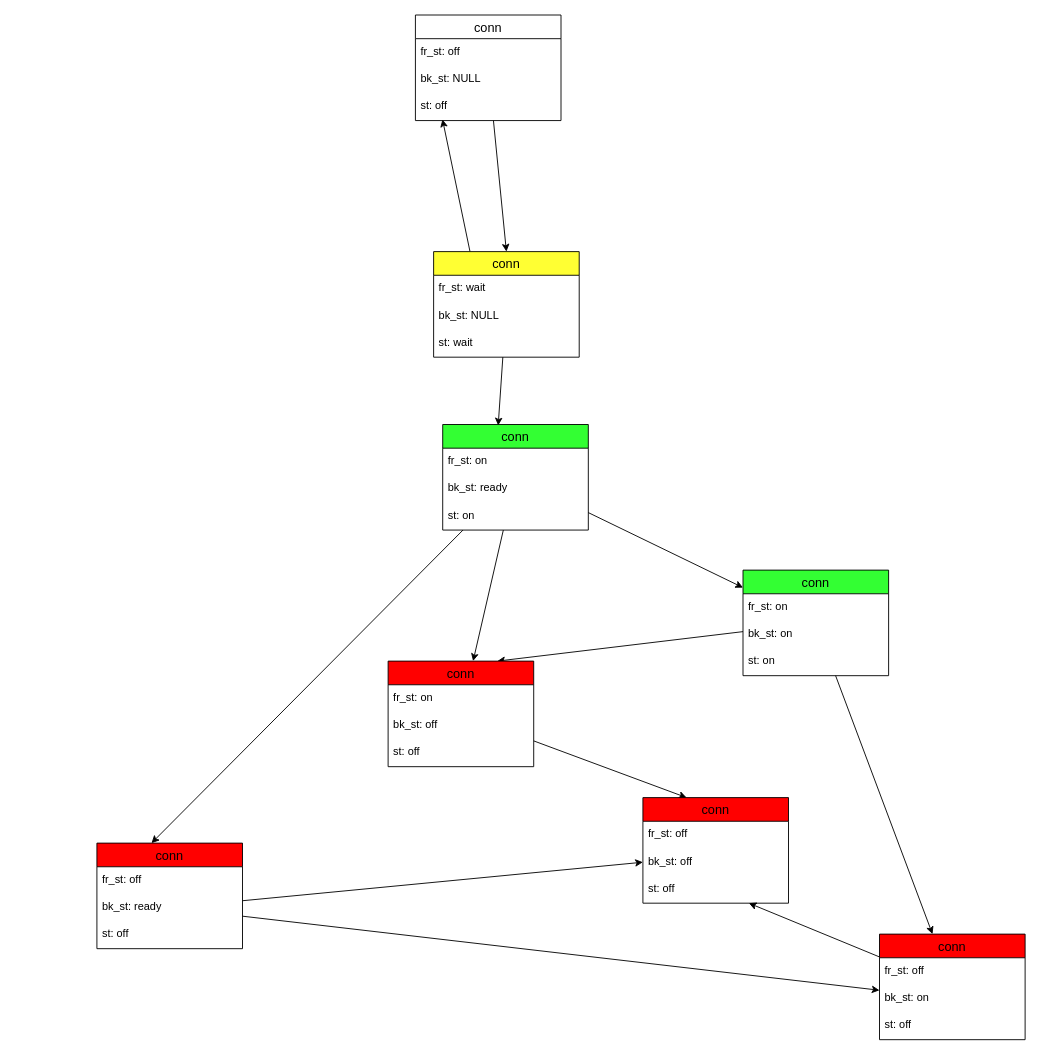
xboss/ssp keeps this draw.io diagram as conn_states.drawio. Above is the earlier version. Source tidied: cells renumbered, new cells numbered last; positions are measured from the earlier drawing's top-left corner, leaving out a move shared by most shapes. Both pictures are drawn from the tidied source at 91%, with x=0, y=0 at pixel (96, 15).
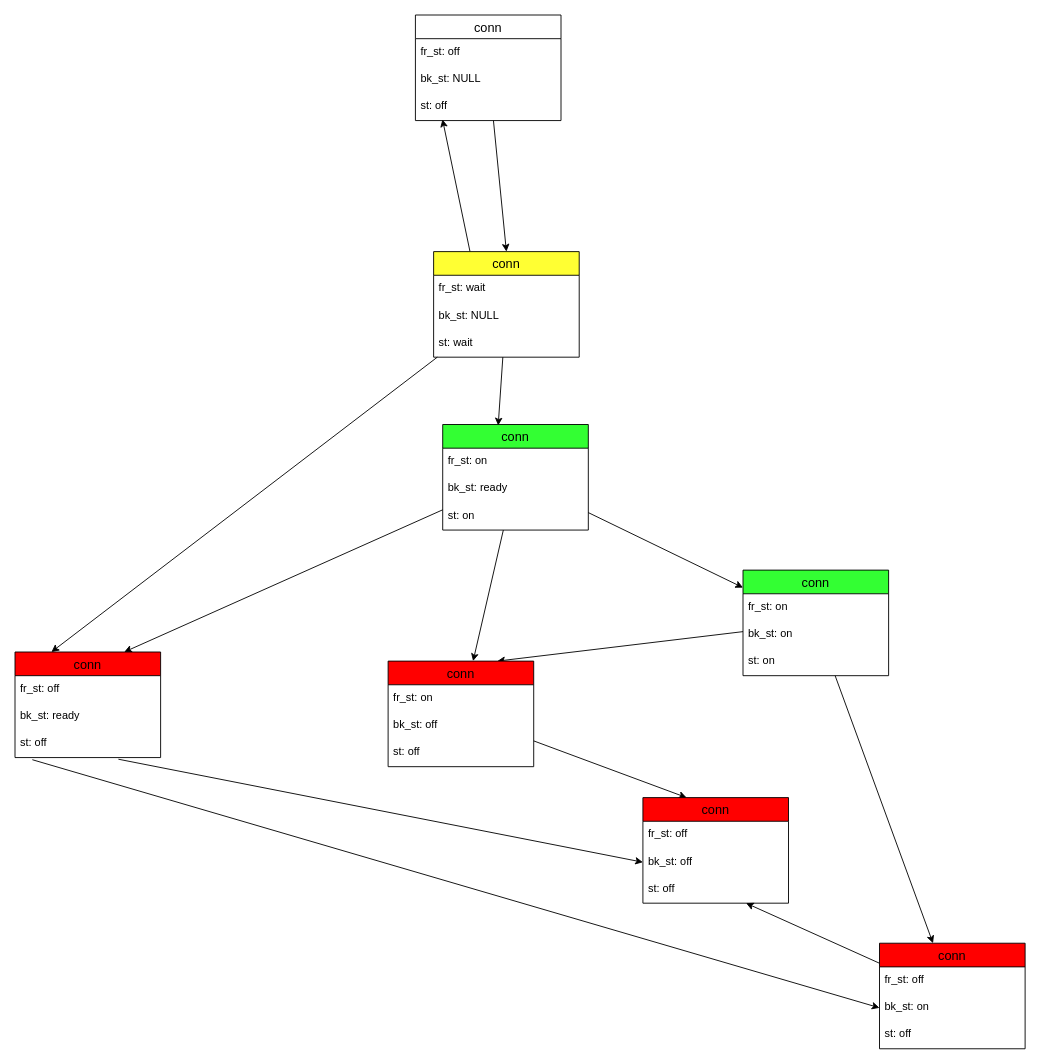
The same page after the edit.

The change refers to these unchanged cells:
```xml
<mxCell id="4" value="conn" style="swimlane;fontStyle=0;horizontal=1;startSize=26;align=center;fontSize=14;fillColor=#FFFF33;" parent="1" vertex="1">
  <mxGeometry x="370" y="260" width="160" height="116" as="geometry" />
</mxCell>
<mxCell id="11" value="conn" style="swimlane;fontStyle=0;horizontal=1;startSize=26;align=center;fontSize=14;fillColor=#33FF33;" parent="1" vertex="1">
  <mxGeometry x="380" y="450" width="160" height="116" as="geometry" />
</mxCell>
<mxCell id="17" value="bk_st: ready" style="text;strokeColor=none;fillColor=none;spacingLeft=4;spacingRight=4;overflow=hidden;points=[[0,0.5],[1,0.5]];portConstraint=eastwest;fontSize=12;" parent="15" vertex="1">
  <mxGeometry y="56" width="160" height="30" as="geometry" />
</mxCell>
<mxCell id="18" value="st: off" style="text;strokeColor=none;fillColor=none;spacingLeft=4;spacingRight=4;overflow=hidden;points=[[0,0.5],[1,0.5]];portConstraint=eastwest;fontSize=12;" parent="15" vertex="1">
  <mxGeometry y="86" width="160" height="30" as="geometry" />
</mxCell>
<mxCell id="28" value="bk_st: on" style="text;strokeColor=none;fillColor=none;spacingLeft=4;spacingRight=4;overflow=hidden;points=[[0,0.5],[1,0.5]];portConstraint=eastwest;fontSize=12;" parent="26" vertex="1">
  <mxGeometry y="56" width="160" height="30" as="geometry" />
</mxCell>
<mxCell id="43" value="bk_st: off" style="text;strokeColor=none;fillColor=none;spacingLeft=4;spacingRight=4;overflow=hidden;points=[[0,0.5],[1,0.5]];portConstraint=eastwest;fontSize=12;" parent="41" vertex="1">
  <mxGeometry y="56" width="160" height="30" as="geometry" />
</mxCell>
```

The edit, as a diff of the source:
```diff
@@
+    <mxCell id="46" style="edgeStyle=none;html=1;entryX=0.25;entryY=0;entryDx=0;entryDy=0;" parent="1" edge="1" source="4" target="15">
+      <mxGeometry relative="1" as="geometry" />
+    </mxCell>
@@
-    <mxCell id="8" style="edgeStyle=none;html=1;entryX=0.375;entryY=0;entryDx=0;entryDy=0;entryPerimeter=0;" parent="1" edge="1" source="11" target="15">
+    <mxCell id="8" style="edgeStyle=none;html=1;entryX=0.75;entryY=0;entryDx=0;entryDy=0;" parent="1" edge="1" source="11" target="15">
       <mxGeometry relative="1" as="geometry" />
     </mxCell>
@@
     <mxCell id="15" value="conn" style="swimlane;fontStyle=0;horizontal=1;startSize=26;align=center;fontSize=14;fillColor=#FF0000;" parent="1" vertex="1">
-      <mxGeometry y="910" width="160" height="116" as="geometry" />
+      <mxGeometry x="-90" y="700" width="160" height="116" as="geometry" />
     </mxCell>
@@
     <mxCell id="26" value="conn" style="swimlane;fontStyle=0;horizontal=1;startSize=26;align=center;fontSize=14;fillColor=#FF0000;" parent="1" vertex="1">
-      <mxGeometry x="860" y="1010" width="160" height="116" as="geometry" />
+      <mxGeometry x="860" y="1020" width="160" height="116" as="geometry" />
     </mxCell>
@@
-    <mxCell id="30" style="edgeStyle=none;html=1;" parent="1" edge="1" source="17" target="28">
+    <mxCell id="30" style="edgeStyle=none;html=1;exitX=0.119;exitY=1.078;exitDx=0;exitDy=0;exitPerimeter=0;entryX=0;entryY=0.5;entryDx=0;entryDy=0;" parent="1" edge="1" source="18" target="28">
       <mxGeometry relative="1" as="geometry" />
     </mxCell>
@@
-    <mxCell id="45" style="edgeStyle=none;html=1;entryX=0;entryY=0.5;entryDx=0;entryDy=0;" parent="1" edge="1" source="17" target="43">
+    <mxCell id="45" style="edgeStyle=none;html=1;entryX=0;entryY=0.5;entryDx=0;entryDy=0;exitX=0.71;exitY=1.06;exitDx=0;exitDy=0;exitPerimeter=0;" parent="1" edge="1" source="18" target="43">
       <mxGeometry relative="1" as="geometry" />
     </mxCell>
```
